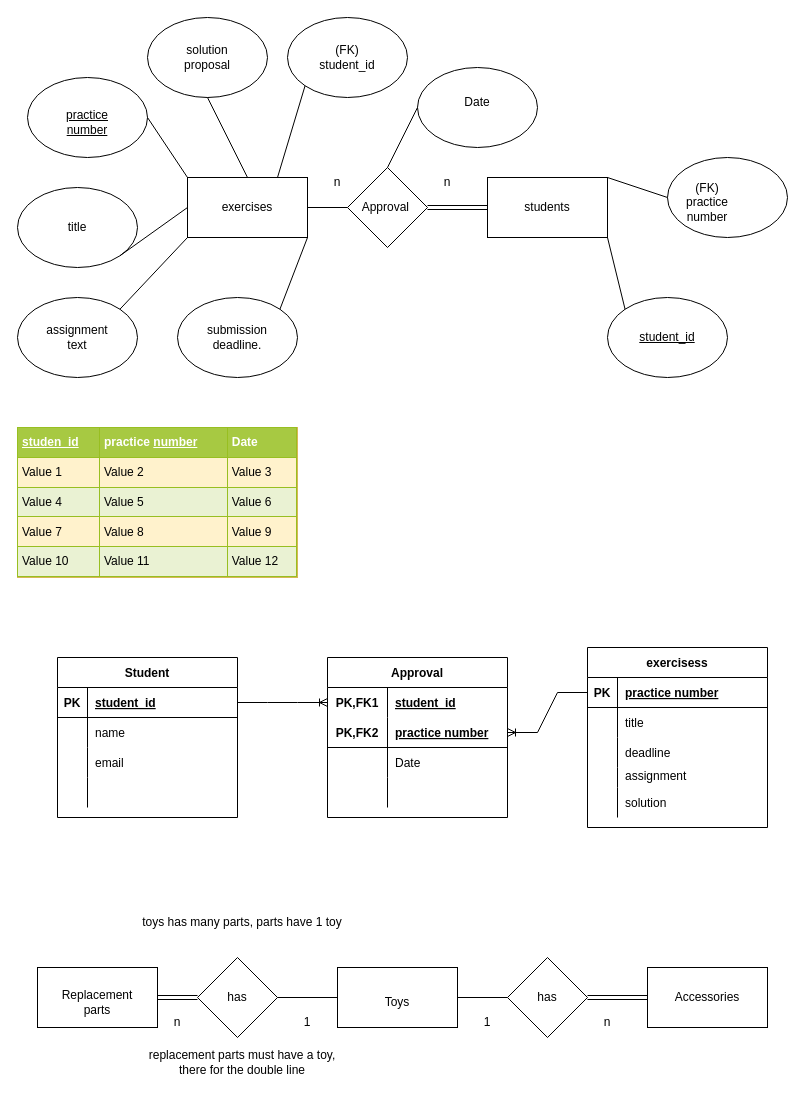
The draw.io diagram n4d1.drawio in nscodechris/ER-modelling, before the edit. Source tidied: cells renumbered, new cells numbered last; positions are measured from the earlier drawing's top-left corner, leaving out a move shared by most shapes. Both pictures are drawn from the tidied source at 100%, with x=0, y=0 at pixel (17, 17).
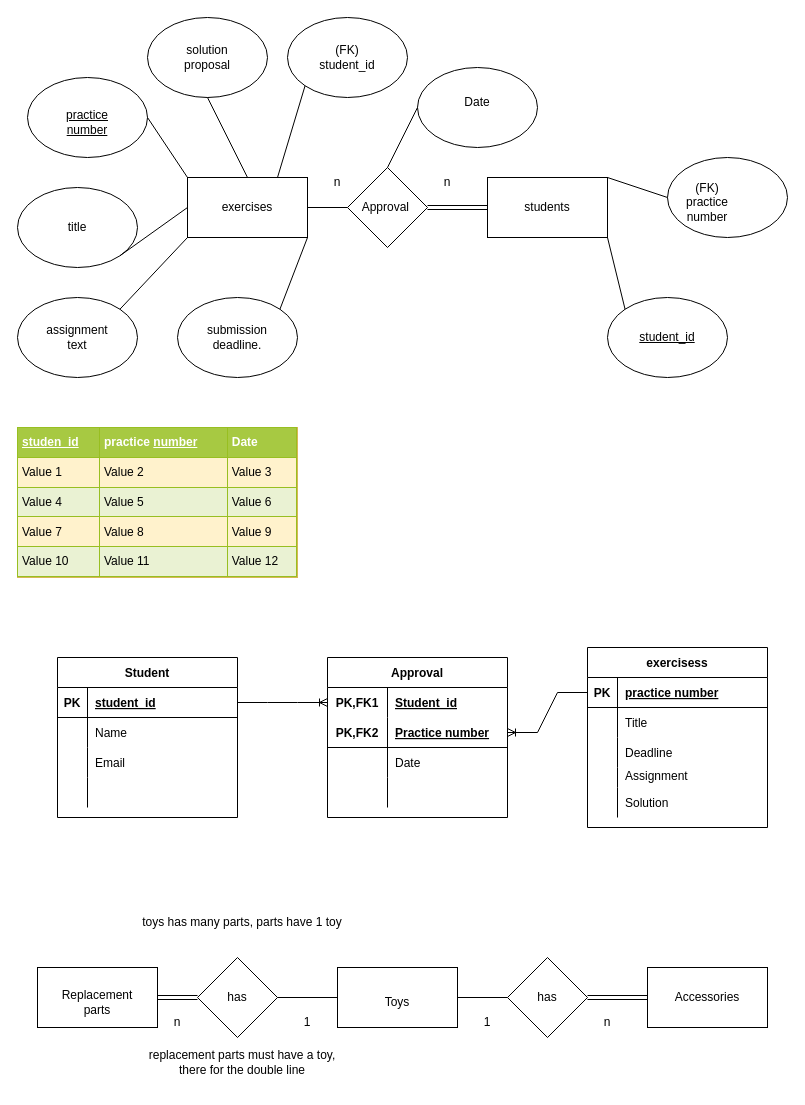
The same page after the edit.

Unchanged cells that the change refers to:
```xml
<mxCell id="64" style="shape=tableRow;horizontal=0;startSize=0;swimlaneHead=0;swimlaneBody=0;fillColor=none;top=0;left=0;right=0;bottom=0;" parent="60" vertex="1">
  <mxGeometry y="60" width="180" height="30" as="geometry" />
</mxCell>
<mxCell id="67" style="shape=tableRow;horizontal=0;startSize=0;swimlaneHead=0;swimlaneBody=0;fillColor=none;top=0;left=0;right=0;bottom=0;" parent="60" vertex="1">
  <mxGeometry y="90" width="180" height="30" as="geometry" />
</mxCell>
<mxCell id="77" style="shape=tableRow;horizontal=0;startSize=0;swimlaneHead=0;swimlaneBody=0;fillColor=none;top=0;left=0;right=0;bottom=0;" parent="73" vertex="1">
  <mxGeometry y="60" width="180" height="30" as="geometry" />
</mxCell>
<mxCell id="80" style="shape=tableRow;horizontal=0;startSize=0;swimlaneHead=0;swimlaneBody=0;fillColor=none;top=0;left=0;right=0;bottom=0;" parent="73" vertex="1">
  <mxGeometry y="90" width="180" height="30" as="geometry" />
</mxCell>
<mxCell id="83" style="shape=tableRow;horizontal=0;startSize=0;swimlaneHead=0;swimlaneBody=0;fillColor=none;top=0;left=0;right=0;bottom=0;" parent="73" vertex="1">
  <mxGeometry y="120" width="180" height="20" as="geometry" />
</mxCell>
<mxCell id="86" style="shape=tableRow;horizontal=0;startSize=0;swimlaneHead=0;swimlaneBody=0;fillColor=none;top=0;left=0;right=0;bottom=0;" parent="73" vertex="1">
  <mxGeometry y="140" width="180" height="30" as="geometry" />
</mxCell>
<mxCell id="90" style="shape=tableRow;horizontal=0;startSize=0;swimlaneHead=0;swimlaneBody=0;fillColor=none;points=[[0,0.5],[1,0.5]];portConstraint=eastwest;top=0;left=0;right=0;bottom=0;" parent="89" vertex="1">
  <mxGeometry y="30" width="180" height="30" as="geometry" />
</mxCell>
<mxCell id="93" style="shape=tableRow;horizontal=0;startSize=0;swimlaneHead=0;swimlaneBody=0;fillColor=none;points=[[0,0.5],[1,0.5]];portConstraint=eastwest;top=0;left=0;right=0;bottom=1;" parent="89" vertex="1">
  <mxGeometry y="60" width="180" height="30" as="geometry" />
</mxCell>
```

Change to the diagram source:
```diff
@@
-    <mxCell id="66" value="name" style="shape=partialRectangle;fillColor=none;top=0;left=0;bottom=0;right=0;align=left;spacingLeft=6;overflow=hidden;" parent="64" vertex="1">
+    <mxCell id="66" value="Name" style="shape=partialRectangle;fillColor=none;top=0;left=0;bottom=0;right=0;align=left;spacingLeft=6;overflow=hidden;" parent="64" vertex="1">
       <mxGeometry x="30" width="150" height="30" as="geometry" />
     </mxCell>
@@
-    <mxCell id="69" value="email" style="shape=partialRectangle;fillColor=none;top=0;left=0;bottom=0;right=0;align=left;spacingLeft=6;overflow=hidden;" parent="67" vertex="1">
+    <mxCell id="69" value="Email" style="shape=partialRectangle;fillColor=none;top=0;left=0;bottom=0;right=0;align=left;spacingLeft=6;overflow=hidden;" parent="67" vertex="1">
       <mxGeometry x="30" width="150" height="30" as="geometry" />
     </mxCell>
@@
-    <mxCell id="79" value="title" style="shape=partialRectangle;fillColor=none;top=0;left=0;bottom=0;right=0;align=left;spacingLeft=6;overflow=hidden;" parent="77" vertex="1">
+    <mxCell id="79" value="Title" style="shape=partialRectangle;fillColor=none;top=0;left=0;bottom=0;right=0;align=left;spacingLeft=6;overflow=hidden;" parent="77" vertex="1">
       <mxGeometry x="30" width="150" height="30" as="geometry" />
     </mxCell>
@@
-    <mxCell id="82" value="deadline" style="shape=partialRectangle;fillColor=none;top=0;left=0;bottom=0;right=0;align=left;spacingLeft=6;overflow=hidden;" parent="80" vertex="1">
+    <mxCell id="82" value="Deadline" style="shape=partialRectangle;fillColor=none;top=0;left=0;bottom=0;right=0;align=left;spacingLeft=6;overflow=hidden;" parent="80" vertex="1">
       <mxGeometry x="30" width="150" height="30" as="geometry" />
     </mxCell>
@@
-    <mxCell id="85" value="assignment&#10;" style="shape=partialRectangle;fillColor=none;top=0;left=0;bottom=0;right=0;align=left;spacingLeft=6;overflow=hidden;" parent="83" vertex="1">
+    <mxCell id="85" value="Assignment&#10;" style="shape=partialRectangle;fillColor=none;top=0;left=0;bottom=0;right=0;align=left;spacingLeft=6;overflow=hidden;" parent="83" vertex="1">
       <mxGeometry x="30" width="150" height="20" as="geometry" />
     </mxCell>
@@
-    <mxCell id="88" value="solution" style="shape=partialRectangle;fillColor=none;top=0;left=0;bottom=0;right=0;align=left;spacingLeft=6;overflow=hidden;" parent="86" vertex="1">
+    <mxCell id="88" value="Solution" style="shape=partialRectangle;fillColor=none;top=0;left=0;bottom=0;right=0;align=left;spacingLeft=6;overflow=hidden;" parent="86" vertex="1">
       <mxGeometry x="30" width="150" height="30" as="geometry" />
     </mxCell>
@@
-    <mxCell id="92" value="student_id" style="shape=partialRectangle;fillColor=none;top=0;left=0;bottom=0;right=0;align=left;spacingLeft=6;fontStyle=5;overflow=hidden;" parent="90" vertex="1">
+    <mxCell id="92" value="Student_id" style="shape=partialRectangle;fillColor=none;top=0;left=0;bottom=0;right=0;align=left;spacingLeft=6;fontStyle=5;overflow=hidden;" parent="90" vertex="1">
       <mxGeometry x="60" width="120" height="30" as="geometry" />
     </mxCell>
@@
-    <mxCell id="95" value="practice number" style="shape=partialRectangle;fillColor=none;top=0;left=0;bottom=0;right=0;align=left;spacingLeft=6;fontStyle=5;overflow=hidden;" parent="93" vertex="1">
+    <mxCell id="95" value="Practice number" style="shape=partialRectangle;fillColor=none;top=0;left=0;bottom=0;right=0;align=left;spacingLeft=6;fontStyle=5;overflow=hidden;" parent="93" vertex="1">
       <mxGeometry x="60" width="120" height="30" as="geometry" />
     </mxCell>
```
